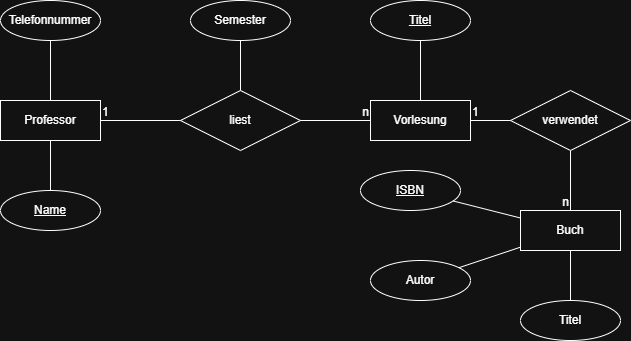
This is src/SabrinaFeurstein/aufgaben/aufgabe93/ER-Diagramm.png from zewas-digital/appdevhb25, a draw.io export, as it was before one commit. Source tidied: cells renumbered, new cells last; positions are measured from the earlier drawing's top-left corner, leaving out a move shared by most shapes.
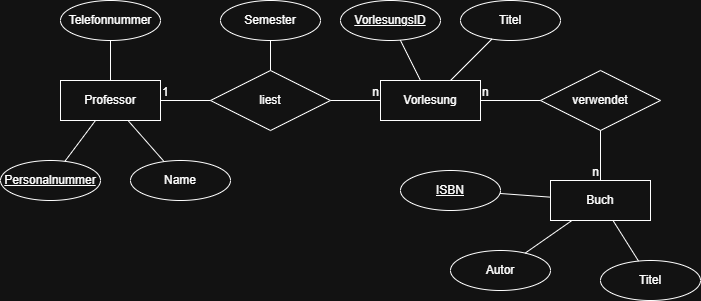
After the change.

The edit, as a diff of the source:
```diff
@@ -2,92 +2,104 @@
   <root>
     <mxCell id="0" />
     <mxCell id="1" parent="0" />
+    <mxCell id="18" value="Buch" style="whiteSpace=wrap;html=1;align=center;" parent="1" vertex="1">
+      <mxGeometry x="470" y="-200" width="100" height="40" as="geometry" />
+    </mxCell>
+    <mxCell id="9" value="Vorlesung" style="whiteSpace=wrap;html=1;align=center;" parent="1" vertex="1">
+      <mxGeometry x="300" y="-300" width="100" height="40" as="geometry" />
+    </mxCell>
     <mxCell id="2" value="Professor" style="whiteSpace=wrap;html=1;align=center;" parent="1" vertex="1">
-      <mxGeometry y="100" width="100" height="40" as="geometry" />
+      <mxGeometry x="-20" y="-300" width="100" height="40" as="geometry" />
     </mxCell>
+    <mxCell id="25" value="verwendet" style="shape=rhombus;perimeter=rhombusPerimeter;whiteSpace=wrap;html=1;align=center;" parent="1" vertex="1">
+      <mxGeometry x="460" y="-310" width="120" height="60" as="geometry" />
+    </mxCell>
+    <mxCell id="5" value="liest" style="shape=rhombus;perimeter=rhombusPerimeter;whiteSpace=wrap;html=1;align=center;" parent="1" vertex="1">
+      <mxGeometry x="130" y="-310" width="120" height="60" as="geometry" />
+    </mxCell>
+    <mxCell id="4" value="Name" style="ellipse;whiteSpace=wrap;html=1;align=center;" parent="1" vertex="1">
+      <mxGeometry x="50" y="-220" width="100" height="40" as="geometry" />
+    </mxCell>
+    <mxCell id="13" value="ISBN" style="ellipse;whiteSpace=wrap;html=1;align=center;fontStyle=4;" parent="1" vertex="1">
+      <mxGeometry x="320" y="-210" width="100" height="40" as="geometry" />
+    </mxCell>
+    <mxCell id="31" value="VorlesungsID" style="ellipse;whiteSpace=wrap;html=1;align=center;fontStyle=4;" parent="1" vertex="1">
+      <mxGeometry x="260" y="-380" width="100" height="40" as="geometry" />
+    </mxCell>
+    <mxCell id="32" value="Personalnummer" style="ellipse;whiteSpace=wrap;html=1;align=center;fontStyle=4;" parent="1" vertex="1">
+      <mxGeometry x="-80" y="-220" width="100" height="40" as="geometry" />
+    </mxCell>
+    <mxCell id="33" value="Titel" style="ellipse;whiteSpace=wrap;html=1;align=center;" parent="1" vertex="1">
+      <mxGeometry x="380" y="-380" width="100" height="40" as="geometry" />
+    </mxCell>
+    <mxCell id="14" value="Autor" style="ellipse;whiteSpace=wrap;html=1;align=center;" parent="1" vertex="1">
+      <mxGeometry x="370" y="-130" width="100" height="40" as="geometry" />
+    </mxCell>
+    <mxCell id="34" value="Titel" style="ellipse;whiteSpace=wrap;html=1;align=center;" parent="1" vertex="1">
+      <mxGeometry x="520" y="-120" width="100" height="40" as="geometry" />
+    </mxCell>
+    <mxCell id="6" value="Semester" style="ellipse;whiteSpace=wrap;html=1;align=center;" parent="1" vertex="1">
+      <mxGeometry x="140" y="-380" width="100" height="40" as="geometry" />
+    </mxCell>
     <mxCell id="3" value="Telefonnummer" style="ellipse;whiteSpace=wrap;html=1;align=center;" parent="1" vertex="1">
-      <mxGeometry width="100" height="40" as="geometry" />
+      <mxGeometry x="-20" y="-380" width="100" height="40" as="geometry" />
     </mxCell>
-    <mxCell id="4" value="Name" style="ellipse;whiteSpace=wrap;html=1;align=center;fontStyle=4;" parent="1" vertex="1">
-      <mxGeometry y="190" width="100" height="40" as="geometry" />
-    </mxCell>
-    <mxCell id="5" value="liest" style="shape=rhombus;perimeter=rhombusPerimeter;whiteSpace=wrap;html=1;align=center;" parent="1" vertex="1">
-      <mxGeometry x="180" y="90" width="120" height="60" as="geometry" />
-    </mxCell>
-    <mxCell id="6" value="Semester" style="ellipse;whiteSpace=wrap;html=1;align=center;" parent="1" vertex="1">
-      <mxGeometry x="190" width="100" height="40" as="geometry" />
-    </mxCell>
+    <mxCell id="35" style="endArrow=none;html=1;rounded=0;" parent="1" edge="1" source="3" target="2">
+      <mxGeometry relative="1" as="geometry" />
+    </mxCell>
+    <mxCell id="16" style="endArrow=none;html=1;rounded=0;" parent="1" edge="1" source="4" target="2">
+      <mxGeometry relative="1" as="geometry" />
+    </mxCell>
+    <mxCell id="36" style="endArrow=none;html=1;rounded=0;" parent="1" edge="1" source="32" target="2">
+      <mxGeometry relative="1" as="geometry" />
+    </mxCell>
+    <mxCell id="37" style="endArrow=none;html=1;rounded=0;" parent="1" edge="1" source="14" target="18">
+      <mxGeometry relative="1" as="geometry" />
+    </mxCell>
+    <mxCell id="22" style="endArrow=none;html=1;rounded=0;" parent="1" edge="1" source="13" target="18">
+      <mxGeometry relative="1" as="geometry" />
+    </mxCell>
+    <mxCell id="38" style="endArrow=none;html=1;rounded=0;" parent="1" edge="1" source="9" target="33">
+      <mxGeometry relative="1" as="geometry" />
+    </mxCell>
+    <mxCell id="39" style="endArrow=none;html=1;rounded=0;" parent="1" edge="1" source="31" target="9">
+      <mxGeometry relative="1" as="geometry" />
+    </mxCell>
+    <mxCell id="12" style="endArrow=none;html=1;rounded=0;" parent="1" edge="1" source="5" target="6">
+      <mxGeometry relative="1" as="geometry" />
+    </mxCell>
+    <mxCell id="40" style="endArrow=none;html=1;rounded=0;" parent="1" edge="1" source="34" target="18">
+      <mxGeometry relative="1" as="geometry" />
+    </mxCell>
     <mxCell id="7" style="endArrow=none;html=1;rounded=0;" parent="1" edge="1" source="2" target="5">
       <mxGeometry relative="1" as="geometry" />
     </mxCell>
-    <mxCell id="8" value="1" style="html=1;whiteSpace=wrap;align=left;verticalAlign=bottom;" parent="7" vertex="1">
-      <mxGeometry x="-1" relative="1" as="geometry" />
-    </mxCell>
-    <mxCell id="9" value="Vorlesung" style="whiteSpace=wrap;html=1;align=center;" parent="1" vertex="1">
-      <mxGeometry x="370" y="100" width="100" height="40" as="geometry" />
-    </mxCell>
+    <mxCell id="41" value="1" style="html=1;whiteSpace=wrap;align=left;verticalAlign=bottom;" parent="7" vertex="1">
+      <mxGeometry x="-1" relative="1" as="geometry" />
+    </mxCell>
+    <mxCell id="42" style="html=1;whiteSpace=wrap;align=right;verticalAlign=bottom;" parent="7" vertex="1">
+      <mxGeometry x="1" relative="1" as="geometry" />
+    </mxCell>
+    <mxCell id="26" style="endArrow=none;html=1;rounded=0;" parent="1" edge="1" source="9" target="25">
+      <mxGeometry relative="1" as="geometry" />
+    </mxCell>
+    <mxCell id="43" value="n" style="html=1;whiteSpace=wrap;align=left;verticalAlign=bottom;" parent="26" vertex="1">
+      <mxGeometry x="-1" relative="1" as="geometry" />
+    </mxCell>
+    <mxCell id="44" style="html=1;whiteSpace=wrap;align=right;verticalAlign=bottom;" parent="26" vertex="1">
+      <mxGeometry x="1" relative="1" as="geometry" />
+    </mxCell>
     <mxCell id="10" style="endArrow=none;html=1;rounded=0;" parent="1" edge="1" source="5" target="9">
       <mxGeometry relative="1" as="geometry" />
     </mxCell>
-    <mxCell id="11" value="n" style="html=1;whiteSpace=wrap;align=right;verticalAlign=bottom;" parent="10" vertex="1">
-      <mxGeometry x="1" relative="1" as="geometry" />
-    </mxCell>
-    <mxCell id="12" style="endArrow=none;html=1;rounded=0;" parent="1" edge="1" source="5" target="6">
-      <mxGeometry relative="1" as="geometry" />
-    </mxCell>
-    <mxCell id="13" value="ISBN" style="ellipse;whiteSpace=wrap;html=1;align=center;fontStyle=4;" parent="1" vertex="1">
-      <mxGeometry x="360" y="170" width="100" height="40" as="geometry" />
-    </mxCell>
-    <mxCell id="14" value="Autor" style="ellipse;whiteSpace=wrap;html=1;align=center;" parent="1" vertex="1">
-      <mxGeometry x="370" y="260" width="100" height="40" as="geometry" />
-    </mxCell>
-    <mxCell id="15" value="Titel" style="ellipse;whiteSpace=wrap;html=1;align=center;" parent="1" vertex="1">
-      <mxGeometry x="520" y="300" width="100" height="40" as="geometry" />
-    </mxCell>
-    <mxCell id="16" style="endArrow=none;html=1;rounded=0;" parent="1" edge="1" source="4" target="2">
-      <mxGeometry relative="1" as="geometry" />
-    </mxCell>
-    <mxCell id="17" style="endArrow=none;html=1;rounded=0;" parent="1" edge="1" source="2" target="3">
-      <mxGeometry relative="1" as="geometry" />
-    </mxCell>
-    <mxCell id="18" value="Buch" style="whiteSpace=wrap;html=1;align=center;" parent="1" vertex="1">
-      <mxGeometry x="520" y="210" width="100" height="40" as="geometry" />
-    </mxCell>
+    <mxCell id="45" value="n" style="html=1;whiteSpace=wrap;align=right;verticalAlign=bottom;" parent="10" vertex="1">
+      <mxGeometry x="1" relative="1" as="geometry" />
+    </mxCell>
     <mxCell id="19" style="endArrow=none;html=1;rounded=0;" parent="1" edge="1" source="25" target="18">
       <mxGeometry relative="1" as="geometry" />
     </mxCell>
-    <mxCell id="20" style="html=1;whiteSpace=wrap;align=left;verticalAlign=bottom;" parent="19" vertex="1">
-      <mxGeometry x="-1" relative="1" as="geometry" />
-    </mxCell>
-    <mxCell id="21" value="n" style="html=1;whiteSpace=wrap;align=right;verticalAlign=bottom;" parent="19" vertex="1">
-      <mxGeometry x="1" relative="1" as="geometry" />
-    </mxCell>
-    <mxCell id="22" style="endArrow=none;html=1;rounded=0;" parent="1" edge="1" source="13" target="18">
-      <mxGeometry relative="1" as="geometry" />
-    </mxCell>
-    <mxCell id="23" style="endArrow=none;html=1;rounded=0;" parent="1" edge="1" source="18" target="14">
-      <mxGeometry relative="1" as="geometry" />
-    </mxCell>
-    <mxCell id="24" style="endArrow=none;html=1;rounded=0;" parent="1" edge="1" source="18" target="15">
-      <mxGeometry relative="1" as="geometry" />
-    </mxCell>
-    <mxCell id="25" value="verwendet" style="shape=rhombus;perimeter=rhombusPerimeter;whiteSpace=wrap;html=1;align=center;" parent="1" vertex="1">
-      <mxGeometry x="510" y="90" width="120" height="60" as="geometry" />
-    </mxCell>
-    <mxCell id="26" style="endArrow=none;html=1;rounded=0;" parent="1" edge="1" source="9" target="25">
-      <mxGeometry relative="1" as="geometry" />
-    </mxCell>
-    <mxCell id="27" value="1" style="html=1;whiteSpace=wrap;align=left;verticalAlign=bottom;" parent="26" vertex="1">
-      <mxGeometry x="-1" relative="1" as="geometry" />
-    </mxCell>
-    <mxCell id="28" style="html=1;whiteSpace=wrap;align=right;verticalAlign=bottom;" parent="26" vertex="1">
-      <mxGeometry x="1" relative="1" as="geometry" />
-    </mxCell>
-    <mxCell id="29" value="Titel" style="ellipse;whiteSpace=wrap;html=1;align=center;fontStyle=4;" parent="1" vertex="1">
-      <mxGeometry x="370" width="100" height="40" as="geometry" />
-    </mxCell>
-    <mxCell id="30" style="endArrow=none;html=1;rounded=0;" parent="1" edge="1" source="9" target="29">
-      <mxGeometry relative="1" as="geometry" />
-    </mxCell>
+    <mxCell id="46" value="n" style="html=1;whiteSpace=wrap;align=right;verticalAlign=bottom;" parent="19" vertex="1">
+      <mxGeometry x="1" relative="1" as="geometry" />
+    </mxCell>
   </root>
 </mxGraphModel>
```
